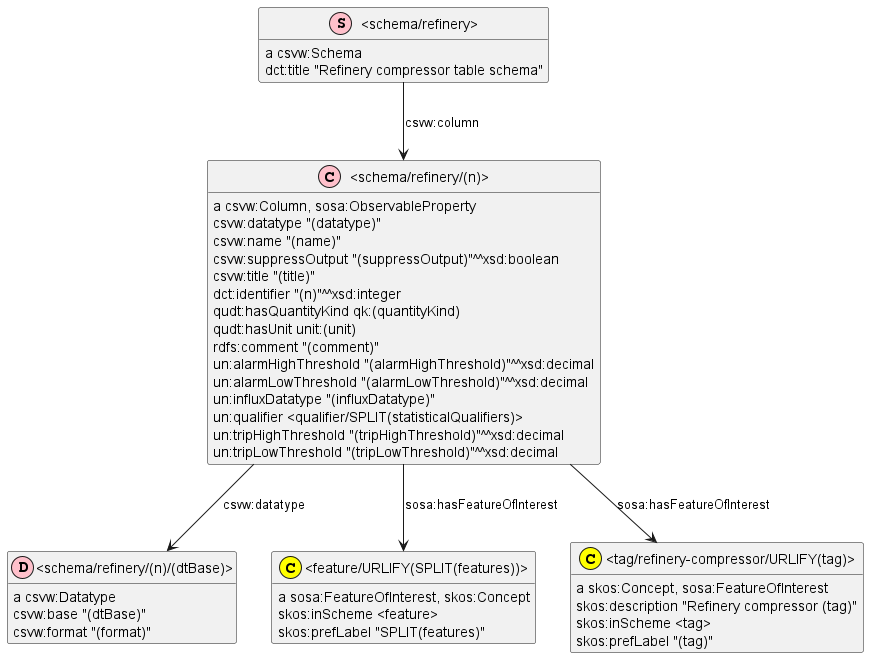
This is schema-refinery.png from underpin-project/model, a PlantUML export, as it was before one commit.
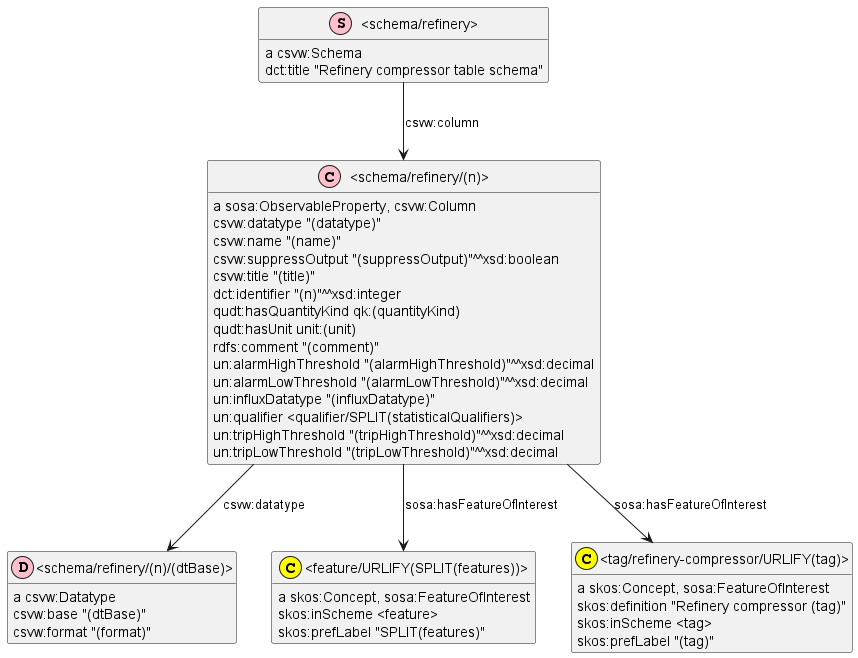
After the commit.

Change to the diagram source:
```diff
@@ -20,17 +20,20 @@
 _schema_refinery_ : {field} a csvw:Schema
 _schema_refinery_ -down-> _schema_refinery_n_ : csvw:column
 _schema_refinery_ : {field} dct:title "Refinery compressor table schema"
-_tag_refinery_compressor_URLIFY_tag_ : {field} a skos:Concept, sosa:FeatureOfInterest
-_tag_refinery_compressor_URLIFY_tag_ : {field} skos:description "Refinery compressor (tag)"
-_tag_refinery_compressor_URLIFY_tag_ : {field} skos:inScheme <tag>
-_tag_refinery_compressor_URLIFY_tag_ : {field} skos:prefLabel "(tag)"
 _schema_refinery_n_dtBase_ : {field} a csvw:Datatype
 _schema_refinery_n_dtBase_ : {field} csvw:base "(dtBase)"
 _schema_refinery_n_dtBase_ : {field} csvw:format "(format)"
-_schema_refinery_n_ : {field} a csvw:Column, sosa:ObservableProperty
-_schema_refinery_n_ -down-> _tag_refinery_compressor_URLIFY_tag_ : sosa:hasFeatureOfInterest
+_tag_refinery_compressor_URLIFY_tag_ : {field} a skos:Concept, sosa:FeatureOfInterest
+_tag_refinery_compressor_URLIFY_tag_ : {field} skos:definition "Refinery compressor (tag)"
+_tag_refinery_compressor_URLIFY_tag_ : {field} skos:inScheme <tag>
+_tag_refinery_compressor_URLIFY_tag_ : {field} skos:prefLabel "(tag)"
+_feature_URLIFY_SPLIT_features_ : {field} a skos:Concept, sosa:FeatureOfInterest
+_feature_URLIFY_SPLIT_features_ : {field} skos:inScheme <feature>
+_feature_URLIFY_SPLIT_features_ : {field} skos:prefLabel "SPLIT(features)"
+_schema_refinery_n_ : {field} a sosa:ObservableProperty, csvw:Column
 _schema_refinery_n_ -down-> _schema_refinery_n_dtBase_ : csvw:datatype
 _schema_refinery_n_ -down-> _feature_URLIFY_SPLIT_features_ : sosa:hasFeatureOfInterest
+_schema_refinery_n_ -down-> _tag_refinery_compressor_URLIFY_tag_ : sosa:hasFeatureOfInterest
 _schema_refinery_n_ : {field} csvw:datatype "(datatype)"
 _schema_refinery_n_ : {field} csvw:name "(name)"
 _schema_refinery_n_ : {field} csvw:suppressOutput "(suppressOutput)"^^xsd:boolean
@@ -45,7 +48,4 @@
 _schema_refinery_n_ : {field} un:qualifier <qualifier/SPLIT(statisticalQualifiers)>
 _schema_refinery_n_ : {field} un:tripHighThreshold "(tripHighThreshold)"^^xsd:decimal
 _schema_refinery_n_ : {field} un:tripLowThreshold "(tripLowThreshold)"^^xsd:decimal
-_feature_URLIFY_SPLIT_features_ : {field} a sosa:FeatureOfInterest, skos:Concept
-_feature_URLIFY_SPLIT_features_ : {field} skos:inScheme <feature>
-_feature_URLIFY_SPLIT_features_ : {field} skos:prefLabel "SPLIT(features)"
 @enduml
```
